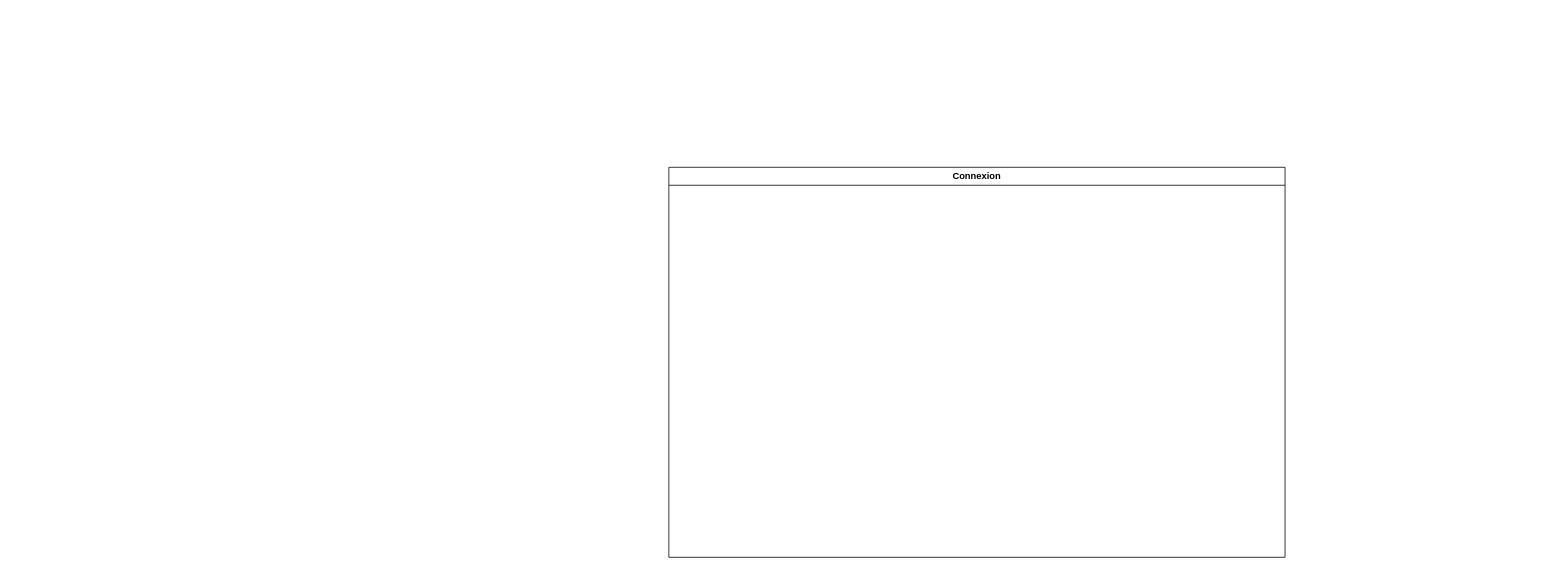
Before: Docs/Diagram/StructuralDiagram.drawio in ROYJohan08/RJI-User.royjohan.fr, a draw.io diagram. Source tidied: cells renumbered, new cells numbered last; positions are measured from the earlier drawing's top-left corner, leaving out a move shared by most shapes. Both pictures are drawn from the tidied source at 78%, with x=0, y=0 at pixel (668, 167).
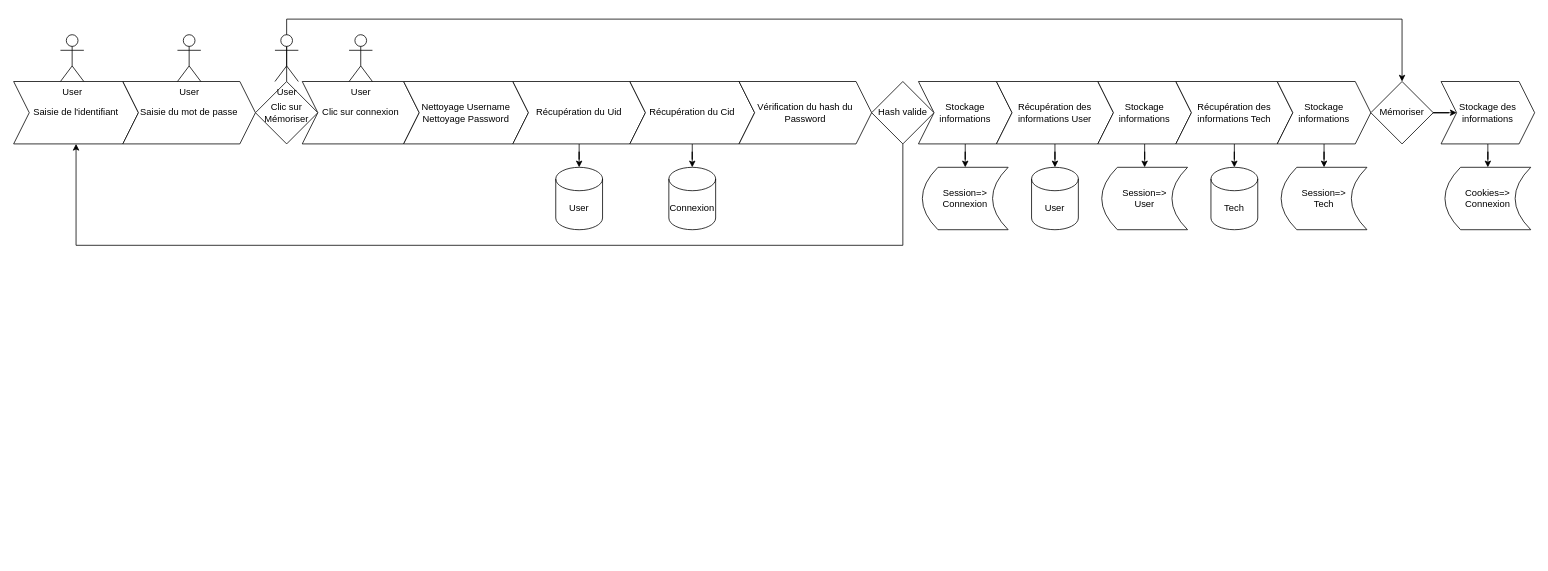
The same diagram, later.

What changed in the source:
```diff
@@
+    <mxCell id="3" value="Saisie de l'identifiant" style="shape=step;perimeter=stepPerimeter;whiteSpace=wrap;html=1;fixedSize=1;" parent="1" vertex="1">
+      <mxGeometry x="-840" y="-110" width="160" height="80" as="geometry" />
+    </mxCell>
+    <mxCell id="4" value="&lt;div&gt;User&lt;/div&gt;" style="shape=umlActor;verticalLabelPosition=bottom;verticalAlign=top;html=1;" parent="1" vertex="1">
+      <mxGeometry x="-780" y="-170" width="30" height="60" as="geometry" />
+    </mxCell>
+    <mxCell id="5" value="Saisie du mot de passe" style="shape=step;perimeter=stepPerimeter;whiteSpace=wrap;html=1;fixedSize=1;" parent="1" vertex="1">
+      <mxGeometry x="-700" y="-110" width="170" height="80" as="geometry" />
+    </mxCell>
+    <mxCell id="6" value="User" style="shape=umlActor;verticalLabelPosition=bottom;verticalAlign=top;html=1;" parent="1" vertex="1">
+      <mxGeometry x="-630" y="-170" width="30" height="60" as="geometry" />
+    </mxCell>
+    <mxCell id="7" style="edgeStyle=orthogonalEdgeStyle;rounded=0;jettySize=auto;html=1;" parent="1" edge="1" source="8" target="37">
+      <mxGeometry relative="1" as="geometry">
+        <Array as="points">
+          <mxPoint x="-490" y="-190" />
+          <mxPoint x="940" y="-190" />
+        </Array>
+      </mxGeometry>
+    </mxCell>
+    <mxCell id="8" value="&lt;div&gt;Clic sur&lt;/div&gt;&lt;div&gt;Mémoriser&lt;/div&gt;" style="rhombus;whiteSpace=wrap;html=1;" parent="1" vertex="1">
+      <mxGeometry x="-530" y="-110" width="80" height="80" as="geometry" />
+    </mxCell>
+    <mxCell id="9" value="User" style="shape=umlActor;verticalLabelPosition=bottom;verticalAlign=top;html=1;" parent="1" vertex="1">
+      <mxGeometry x="-505" y="-170" width="30" height="60" as="geometry" />
+    </mxCell>
+    <mxCell id="10" value="Clic sur connexion" style="shape=step;perimeter=stepPerimeter;whiteSpace=wrap;html=1;fixedSize=1;" parent="1" vertex="1">
+      <mxGeometry x="-470" y="-110" width="150" height="80" as="geometry" />
+    </mxCell>
+    <mxCell id="11" value="User" style="shape=umlActor;verticalLabelPosition=bottom;verticalAlign=top;html=1;" parent="1" vertex="1">
+      <mxGeometry x="-410" y="-170" width="30" height="60" as="geometry" />
+    </mxCell>
+    <mxCell id="12" value="&lt;div&gt;Nettoyage Username&lt;/div&gt;&lt;div&gt;Nettoyage Password&lt;/div&gt;" style="shape=step;perimeter=stepPerimeter;whiteSpace=wrap;html=1;fixedSize=1;" parent="1" vertex="1">
+      <mxGeometry x="-340" y="-110" width="160" height="80" as="geometry" />
+    </mxCell>
+    <mxCell id="13" style="edgeStyle=orthogonalEdgeStyle;rounded=0;jettySize=auto;html=1;" parent="1" edge="1" source="14" target="17">
+      <mxGeometry relative="1" as="geometry" />
+    </mxCell>
+    <mxCell id="14" value="Récupération du Uid" style="shape=step;perimeter=stepPerimeter;whiteSpace=wrap;html=1;fixedSize=1;" parent="1" vertex="1">
+      <mxGeometry x="-200" y="-110" width="170" height="80" as="geometry" />
+    </mxCell>
+    <mxCell id="15" style="edgeStyle=orthogonalEdgeStyle;rounded=0;jettySize=auto;html=1;" parent="1" edge="1" source="16" target="2">
+      <mxGeometry relative="1" as="geometry" />
+    </mxCell>
+    <mxCell id="16" value="Récupération du Cid" style="shape=step;perimeter=stepPerimeter;whiteSpace=wrap;html=1;fixedSize=1;" parent="1" vertex="1">
+      <mxGeometry x="-50" y="-110" width="160" height="80" as="geometry" />
+    </mxCell>
+    <mxCell id="17" value="User" style="shape=cylinder3;whiteSpace=wrap;html=1;boundedLbl=1;backgroundOutline=1;size=15;" parent="1" vertex="1">
+      <mxGeometry x="-145" width="60" height="80" as="geometry" />
+    </mxCell>
-    <mxCell id="2" value="&lt;div&gt;Connexion&lt;/div&gt;" style="swimlane;whiteSpace=wrap;html=1;" parent="1" vertex="1">
-      <mxGeometry width="790" height="500" as="geometry" />
+    <mxCell id="2" value="Connexion" style="shape=cylinder3;whiteSpace=wrap;html=1;boundedLbl=1;backgroundOutline=1;size=15;" parent="1" vertex="1">
+      <mxGeometry width="60" height="80" as="geometry" />
     </mxCell>
+    <mxCell id="18" value="Vérification du hash du Password" style="shape=step;perimeter=stepPerimeter;whiteSpace=wrap;html=1;fixedSize=1;" parent="1" vertex="1">
+      <mxGeometry x="90" y="-110" width="170" height="80" as="geometry" />
+    </mxCell>
+    <mxCell id="19" style="edgeStyle=orthogonalEdgeStyle;rounded=0;jettySize=auto;html=1;" parent="1" edge="1" source="20" target="3">
+      <mxGeometry relative="1" as="geometry">
+        <Array as="points">
+          <mxPoint x="300" y="100" />
+          <mxPoint x="-760" y="100" />
+        </Array>
+      </mxGeometry>
+    </mxCell>
+    <mxCell id="20" value="Hash valide" style="rhombus;whiteSpace=wrap;html=1;" parent="1" vertex="1">
+      <mxGeometry x="260" y="-110" width="80" height="80" as="geometry" />
+    </mxCell>
+    <mxCell id="21" style="edgeStyle=orthogonalEdgeStyle;rounded=0;jettySize=auto;html=1;" parent="1" edge="1" source="22" target="23">
+      <mxGeometry relative="1" as="geometry" />
+    </mxCell>
+    <mxCell id="22" value="Stockage informations" style="shape=step;perimeter=stepPerimeter;whiteSpace=wrap;html=1;fixedSize=1;" parent="1" vertex="1">
+      <mxGeometry x="320" y="-110" width="120" height="80" as="geometry" />
+    </mxCell>
+    <mxCell id="23" value="Session=&amp;gt;&lt;div&gt;Connexion&lt;/div&gt;" style="shape=dataStorage;whiteSpace=wrap;html=1;fixedSize=1;" parent="1" vertex="1">
+      <mxGeometry x="325" width="110" height="80" as="geometry" />
+    </mxCell>
+    <mxCell id="24" style="edgeStyle=orthogonalEdgeStyle;rounded=0;jettySize=auto;html=1;" parent="1" edge="1" source="25" target="26">
+      <mxGeometry relative="1" as="geometry" />
+    </mxCell>
+    <mxCell id="25" value="Récupération des informations User" style="shape=step;perimeter=stepPerimeter;whiteSpace=wrap;html=1;fixedSize=1;" parent="1" vertex="1">
+      <mxGeometry x="420" y="-110" width="150" height="80" as="geometry" />
+    </mxCell>
+    <mxCell id="26" value="User" style="shape=cylinder3;whiteSpace=wrap;html=1;boundedLbl=1;backgroundOutline=1;size=15;" parent="1" vertex="1">
+      <mxGeometry x="465" width="60" height="80" as="geometry" />
+    </mxCell>
+    <mxCell id="27" style="edgeStyle=orthogonalEdgeStyle;rounded=0;jettySize=auto;html=1;" parent="1" edge="1" source="28" target="29">
+      <mxGeometry relative="1" as="geometry" />
+    </mxCell>
+    <mxCell id="28" value="Stockage informations" style="shape=step;perimeter=stepPerimeter;whiteSpace=wrap;html=1;fixedSize=1;" parent="1" vertex="1">
+      <mxGeometry x="550" y="-110" width="120" height="80" as="geometry" />
+    </mxCell>
+    <mxCell id="29" value="&lt;div&gt;Session=&amp;gt;&lt;/div&gt;&lt;div&gt;User&lt;/div&gt;" style="shape=dataStorage;whiteSpace=wrap;html=1;fixedSize=1;" parent="1" vertex="1">
+      <mxGeometry x="555" width="110" height="80" as="geometry" />
+    </mxCell>
+    <mxCell id="30" style="edgeStyle=orthogonalEdgeStyle;rounded=0;jettySize=auto;html=1;" parent="1" edge="1" source="31" target="32">
+      <mxGeometry relative="1" as="geometry" />
+    </mxCell>
+    <mxCell id="31" value="Récupération des informations Tech" style="shape=step;perimeter=stepPerimeter;whiteSpace=wrap;html=1;fixedSize=1;" parent="1" vertex="1">
+      <mxGeometry x="650" y="-110" width="150" height="80" as="geometry" />
+    </mxCell>
+    <mxCell id="32" value="Tech" style="shape=cylinder3;whiteSpace=wrap;html=1;boundedLbl=1;backgroundOutline=1;size=15;" parent="1" vertex="1">
+      <mxGeometry x="695" width="60" height="80" as="geometry" />
+    </mxCell>
+    <mxCell id="33" style="edgeStyle=orthogonalEdgeStyle;rounded=0;jettySize=auto;html=1;" parent="1" edge="1" source="34" target="35">
+      <mxGeometry relative="1" as="geometry" />
+    </mxCell>
+    <mxCell id="34" value="Stockage informations" style="shape=step;perimeter=stepPerimeter;whiteSpace=wrap;html=1;fixedSize=1;" parent="1" vertex="1">
+      <mxGeometry x="780" y="-110" width="120" height="80" as="geometry" />
+    </mxCell>
+    <mxCell id="35" value="&lt;div&gt;Session=&amp;gt;&lt;/div&gt;&lt;div&gt;Tech&lt;/div&gt;" style="shape=dataStorage;whiteSpace=wrap;html=1;fixedSize=1;" parent="1" vertex="1">
+      <mxGeometry x="785" width="110" height="80" as="geometry" />
+    </mxCell>
+    <mxCell id="36" style="edgeStyle=orthogonalEdgeStyle;rounded=0;jettySize=auto;html=1;entryX=0;entryY=0.5;entryDx=0;entryDy=0;" parent="1" edge="1" source="37" target="39">
+      <mxGeometry relative="1" as="geometry" />
+    </mxCell>
+    <mxCell id="37" value="Mémoriser" style="rhombus;whiteSpace=wrap;html=1;" parent="1" vertex="1">
+      <mxGeometry x="900" y="-110" width="80" height="80" as="geometry" />
+    </mxCell>
+    <mxCell id="38" style="edgeStyle=orthogonalEdgeStyle;rounded=0;jettySize=auto;html=1;" parent="1" edge="1" source="39" target="40">
+      <mxGeometry relative="1" as="geometry" />
+    </mxCell>
+    <mxCell id="39" value="Stockage des informations" style="shape=step;perimeter=stepPerimeter;whiteSpace=wrap;html=1;fixedSize=1;" parent="1" vertex="1">
+      <mxGeometry x="990" y="-110" width="120" height="80" as="geometry" />
+    </mxCell>
+    <mxCell id="40" value="&lt;div&gt;Cookies=&amp;gt;&lt;/div&gt;&lt;div&gt;Connexion&lt;/div&gt;" style="shape=dataStorage;whiteSpace=wrap;html=1;fixedSize=1;" parent="1" vertex="1">
+      <mxGeometry x="995" width="110" height="80" as="geometry" />
+    </mxCell>
```
